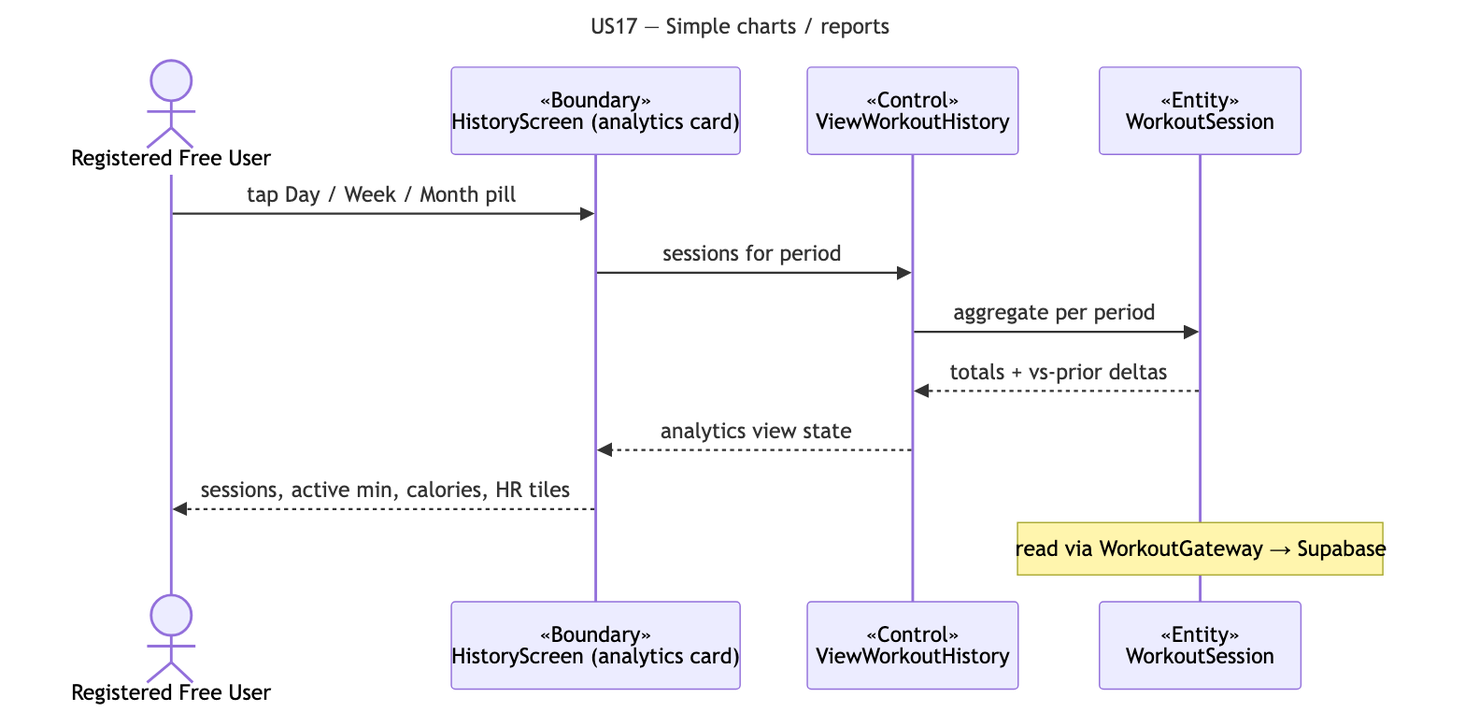
Before: docs/deliverables/sequence-diagrams/US17-simple-charts.png, a diagram exported from Mermaid (cyuanjun/FYP-26-S2-37-app). Its source is kept beside it as docs/deliverables/sequence-diagrams/src/US17-simple-charts.mmd.
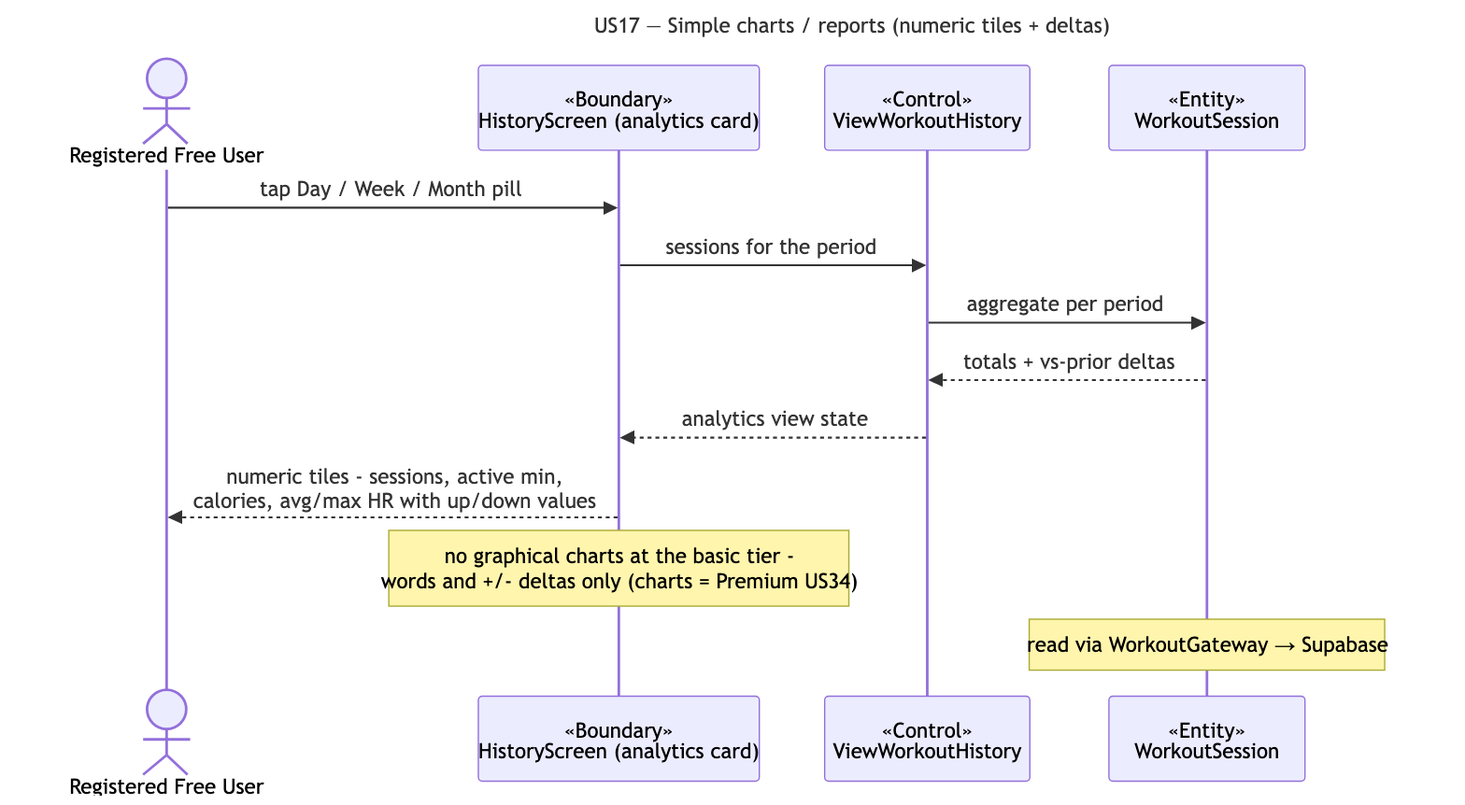
After the commit.

Commit message:
US17: clarify basic tier = numeric tiles + deltas, no charts

Diff of the diagram source:
```diff
@@ -1,5 +1,5 @@
 ---
-title: "US17 — Simple charts / reports"
+title: "US17 — Simple charts / reports (numeric tiles + deltas)"
 ---
 sequenceDiagram
   actor A as Registered Free User
@@ -7,9 +7,10 @@
   participant C as «Control»<br/>ViewWorkoutHistory
   participant E as «Entity»<br/>WorkoutSession
   A->>B: tap Day / Week / Month pill
-  B->>C: sessions for period
+  B->>C: sessions for the period
   C->>E: aggregate per period
   E-->>C: totals + vs-prior deltas
   C-->>B: analytics view state
-  B-->>A: sessions, active min, calories, HR tiles
+  B-->>A: numeric tiles - sessions, active min,<br/>calories, avg/max HR with up/down values
+  note over B: no graphical charts at the basic tier -<br/>words and +/- deltas only (charts = Premium US34)
   note over E: read via WorkoutGateway → Supabase
```
